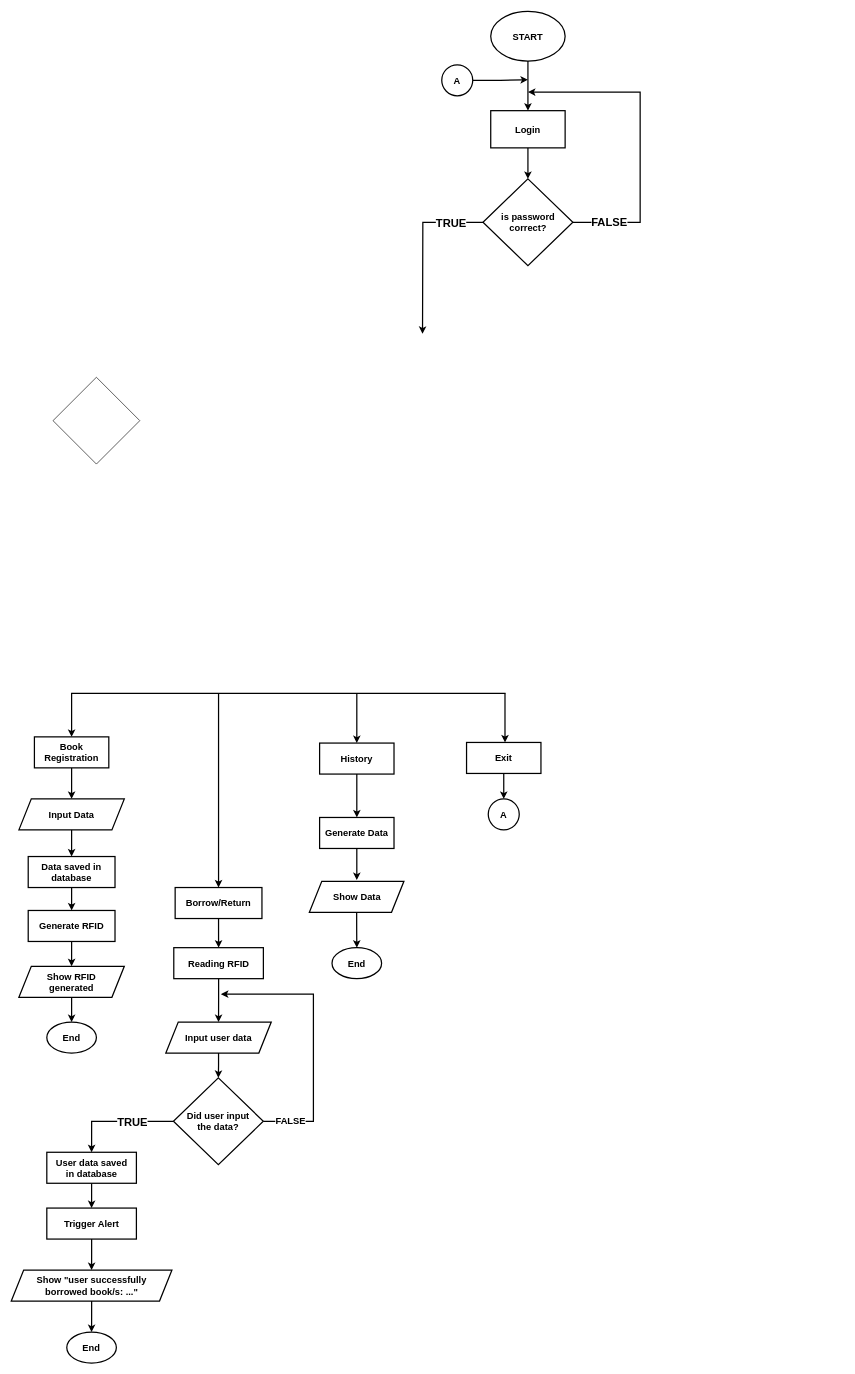
Above: Flowchart.drawio in DownMan01/assignment (draw.io), before the change. Source tidied: cells renumbered, new cells numbered last; positions are measured from the earlier drawing's top-left corner, leaving out a move shared by most shapes. Both pictures are drawn from the tidied source at 62%, with x=0, y=0 at pixel (11, 11).
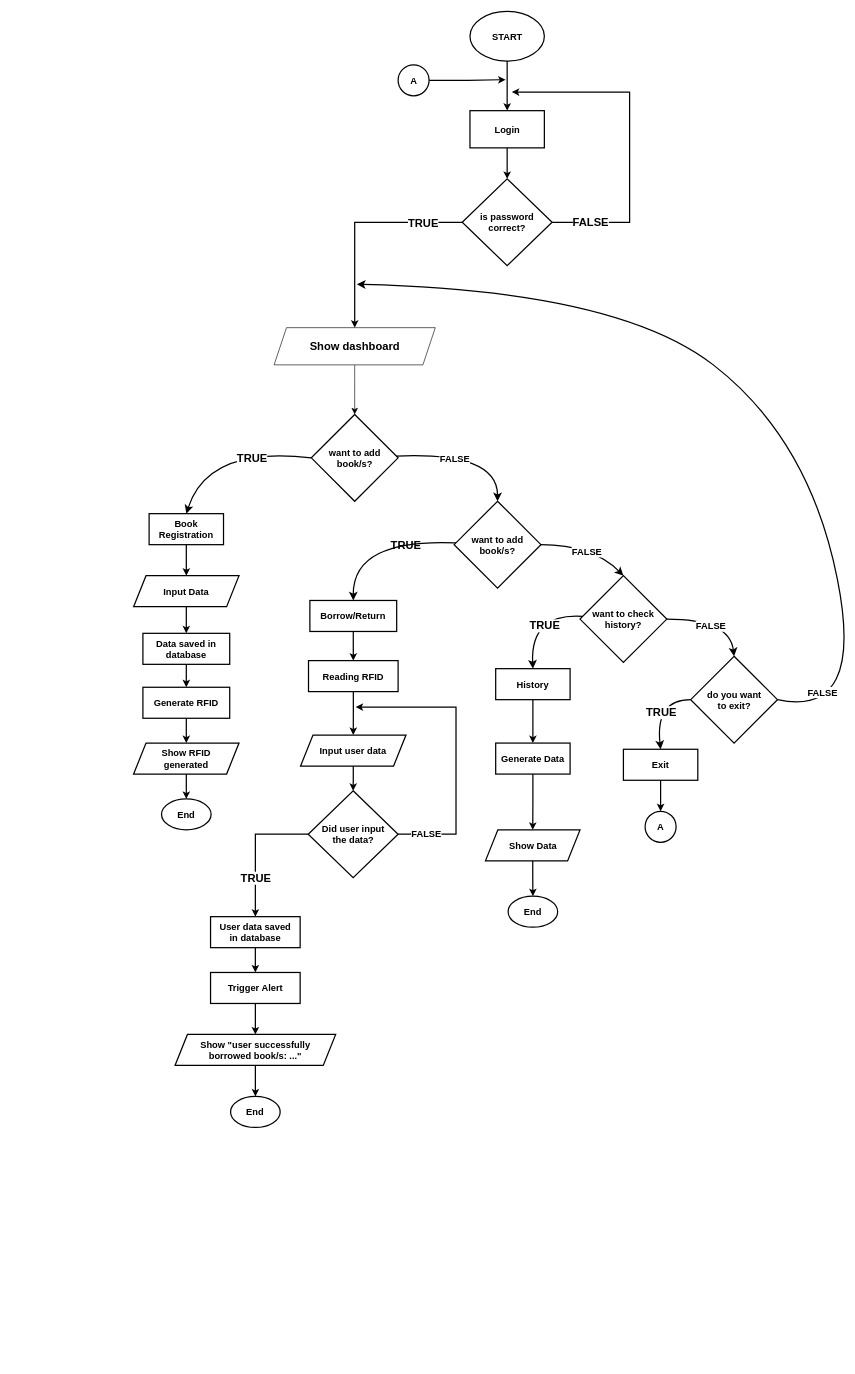
The same diagram, later.

Change to the diagram source:
```diff
@@
     <mxCell id="3" value="&lt;span style=&quot;font-size: 15px;&quot;&gt;&lt;font style=&quot;font-size: 15px;&quot;&gt;START&lt;/font&gt;&lt;/span&gt;" style="ellipse;whiteSpace=wrap;html=1;strokeWidth=2;fontSize=15;fontStyle=1;" parent="1" vertex="1">
-      <mxGeometry x="773" width="120" height="80" as="geometry" />
+      <mxGeometry x="739.5" width="120" height="80" as="geometry" />
     </mxCell>
@@
     <mxCell id="5" value="Input Data" style="shape=parallelogram;perimeter=parallelogramPerimeter;whiteSpace=wrap;html=1;fixedSize=1;strokeWidth=2;fontSize=15;fontStyle=1;" parent="1" vertex="1">
-      <mxGeometry x="12" y="1270" width="170" height="50" as="geometry" />
+      <mxGeometry x="197" y="910" width="170" height="50" as="geometry" />
     </mxCell>
@@
     <mxCell id="7" value="Login" style="rounded=0;whiteSpace=wrap;html=1;strokeWidth=2;fontSize=15;fontStyle=1;" parent="1" vertex="1">
-      <mxGeometry x="773" y="160" width="120" height="60" as="geometry" />
+      <mxGeometry x="739.5" y="160" width="120" height="60" as="geometry" />
     </mxCell>
     <mxCell id="8" style="edgeStyle=orthogonalEdgeStyle;rounded=0;jettySize=auto;html=1;exitX=1;exitY=0.5;exitDx=0;exitDy=0;strokeWidth=2;" parent="1" edge="1" source="12">
       <mxGeometry relative="1" as="geometry">
-        <mxPoint x="833" y="130" as="targetPoint" />
+        <mxPoint x="807" y="130" as="targetPoint" />
         <Array as="points">
-          <mxPoint x="1014" y="340" />
-          <mxPoint x="1014" y="130" />
-          <mxPoint x="943" y="130" />
+          <mxPoint x="997" y="340" />
+          <mxPoint x="997" y="130" />
         </Array>
       </mxGeometry>
     </mxCell>
@@
-    <mxCell id="10" style="edgeStyle=orthogonalEdgeStyle;rounded=0;jettySize=auto;html=1;strokeWidth=2;" parent="1" edge="1" source="12">
-      <mxGeometry relative="1" as="geometry">
-        <mxPoint x="663" y="520" as="targetPoint" />
-      </mxGeometry>
+    <mxCell id="10" style="edgeStyle=orthogonalEdgeStyle;rounded=0;jettySize=auto;html=1;strokeWidth=2;entryX=0.5;entryY=0;entryDx=0;entryDy=0;exitX=0;exitY=0.5;exitDx=0;exitDy=0;" parent="1" edge="1" source="12" target="61">
+      <mxGeometry relative="1" as="geometry" />
     </mxCell>
@@
     <mxCell id="12" value="is password correct?" style="rhombus;whiteSpace=wrap;html=1;strokeWidth=2;fontSize=15;fontStyle=1;" parent="1" vertex="1">
-      <mxGeometry x="760.5" y="270" width="145" height="140" as="geometry" />
+      <mxGeometry x="727" y="270" width="145" height="140" as="geometry" />
     </mxCell>
@@
     <mxCell id="14" value="Book Registration" style="rounded=0;whiteSpace=wrap;html=1;strokeWidth=2;fontSize=15;fontStyle=1;" parent="1" vertex="1">
-      <mxGeometry x="37" y="1170" width="120" height="50" as="geometry" />
+      <mxGeometry x="222" y="810" width="120" height="50" as="geometry" />
     </mxCell>
     <mxCell id="15" value="Borrow/Return" style="rounded=0;whiteSpace=wrap;html=1;strokeWidth=2;fontSize=15;fontStyle=1;" parent="1" vertex="1">
-      <mxGeometry x="264" y="1413" width="140" height="50" as="geometry" />
+      <mxGeometry x="481.3" y="950" width="140" height="50" as="geometry" />
     </mxCell>
@@
     <mxCell id="17" value="History" style="rounded=0;whiteSpace=wrap;html=1;strokeWidth=2;fontSize=15;fontStyle=1;" parent="1" vertex="1">
-      <mxGeometry x="497" y="1180" width="120" height="50" as="geometry" />
+      <mxGeometry x="781" y="1060" width="120" height="50" as="geometry" />
     </mxCell>
@@
     <mxCell id="19" value="Exit" style="rounded=0;whiteSpace=wrap;html=1;strokeWidth=2;fontSize=15;fontStyle=1;" parent="1" vertex="1">
-      <mxGeometry x="734" y="1179" width="120" height="50" as="geometry" />
+      <mxGeometry x="987" y="1190" width="120" height="50" as="geometry" />
     </mxCell>
-    <mxCell id="20" style="endArrow=none;html=1;rounded=0;strokeWidth=2;" parent="1" edge="1">
-      <mxGeometry relative="1" as="geometry">
-        <mxPoint x="97" y="1100" as="sourcePoint" />
-        <mxPoint x="797" y="1100" as="targetPoint" />
-      </mxGeometry>
-    </mxCell>
-    <mxCell id="21" style="endArrow=classic;html=1;rounded=0;strokeWidth=2;" parent="1" edge="1">
-      <mxGeometry relative="1" as="geometry">
-        <mxPoint x="97" y="1099" as="sourcePoint" />
-        <mxPoint x="97" y="1170" as="targetPoint" />
-      </mxGeometry>
-    </mxCell>
-    <mxCell id="22" style="endArrow=classic;html=1;rounded=0;entryX=0.5;entryY=0;entryDx=0;entryDy=0;strokeWidth=2;" parent="1" edge="1">
-      <mxGeometry relative="1" as="geometry">
-        <mxPoint x="796" y="1100" as="sourcePoint" />
-        <mxPoint x="796" y="1179" as="targetPoint" />
-      </mxGeometry>
-    </mxCell>
@@
     <mxCell id="24" value="&lt;font style=&quot;font-size: 15px;&quot;&gt;A&lt;/font&gt;" style="ellipse;whiteSpace=wrap;html=1;fontSize=15;fontStyle=1;strokeWidth=2;" parent="1" vertex="1">
-      <mxGeometry x="769" y="1270" width="50" height="50" as="geometry" />
+      <mxGeometry x="1022" y="1290" width="50" height="50" as="geometry" />
     </mxCell>
     <mxCell id="25" style="edgeStyle=orthogonalEdgeStyle;rounded=0;jettySize=auto;html=1;strokeWidth=2;" parent="1" edge="1" source="26">
       <mxGeometry relative="1" as="geometry">
-        <mxPoint x="833" y="110" as="targetPoint" />
+        <mxPoint x="797" y="110" as="targetPoint" />
       </mxGeometry>
     </mxCell>
     <mxCell id="26" value="&lt;font style=&quot;font-size: 15px;&quot;&gt;A&lt;/font&gt;" style="ellipse;whiteSpace=wrap;html=1;fontSize=15;fontStyle=1;strokeWidth=2;" parent="1" vertex="1">
-      <mxGeometry x="694" y="86" width="50" height="50" as="geometry" />
+      <mxGeometry x="623.6" y="86" width="50" height="50" as="geometry" />
     </mxCell>
-    <mxCell id="27" style="endArrow=classic;html=1;rounded=0;entryX=0.5;entryY=0;entryDx=0;entryDy=0;strokeWidth=2;" parent="1" edge="1" target="15">
-      <mxGeometry relative="1" as="geometry">
-        <mxPoint x="334" y="1100" as="sourcePoint" />
-      </mxGeometry>
-    </mxCell>
-    <mxCell id="28" style="endArrow=classic;html=1;rounded=0;entryX=0.5;entryY=0;entryDx=0;entryDy=0;strokeWidth=2;" parent="1" edge="1" target="17">
-      <mxGeometry relative="1" as="geometry">
-        <mxPoint x="557" y="1100" as="sourcePoint" />
-      </mxGeometry>
-    </mxCell>
-    <mxCell id="29" style="edgeStyle=orthogonalEdgeStyle;rounded=0;jettySize=auto;html=1;strokeWidth=2;" parent="1" edge="1" source="30">
-      <mxGeometry relative="1" as="geometry">
-        <mxPoint x="557" y="1401" as="targetPoint" />
-      </mxGeometry>
+    <mxCell id="29" style="edgeStyle=orthogonalEdgeStyle;rounded=0;jettySize=auto;html=1;strokeWidth=2;entryX=0.5;entryY=0;entryDx=0;entryDy=0;" parent="1" edge="1" source="30" target="33">
+      <mxGeometry relative="1" as="geometry" />
     </mxCell>
     <mxCell id="30" value="Generate Data" style="rounded=0;whiteSpace=wrap;html=1;strokeWidth=2;fontSize=15;fontStyle=1;" parent="1" vertex="1">
-      <mxGeometry x="497" y="1300" width="120" height="50" as="geometry" />
+      <mxGeometry x="781" y="1180" width="120" height="50" as="geometry" />
     </mxCell>
@@
     <mxCell id="32" value="&lt;span style=&quot;font-size: 15px;&quot;&gt;&lt;font style=&quot;font-size: 15px;&quot;&gt;End&lt;/font&gt;&lt;/span&gt;" style="ellipse;whiteSpace=wrap;html=1;strokeWidth=2;fontSize=15;fontStyle=1;" parent="1" vertex="1">
-      <mxGeometry x="517" y="1510" width="80" height="50" as="geometry" />
+      <mxGeometry x="801" y="1427" width="80" height="50" as="geometry" />
     </mxCell>
     <mxCell id="33" value="Show Data" style="shape=parallelogram;perimeter=parallelogramPerimeter;whiteSpace=wrap;html=1;fixedSize=1;strokeWidth=2;fontSize=15;fontStyle=1;" parent="1" vertex="1">
-      <mxGeometry x="480.5" y="1403" width="152.5" height="50" as="geometry" />
+      <mxGeometry x="764.5" y="1320" width="152.5" height="50" as="geometry" />
     </mxCell>
     <mxCell id="34" value="Data saved in database" style="rounded=0;whiteSpace=wrap;html=1;strokeWidth=2;fontSize=15;fontStyle=1;" parent="1" vertex="1">
-      <mxGeometry x="27" y="1363" width="140" height="50" as="geometry" />
+      <mxGeometry x="212" y="1003" width="140" height="50" as="geometry" />
     </mxCell>
@@
     <mxCell id="36" value="&lt;span style=&quot;font-size: 15px;&quot;&gt;&lt;font style=&quot;font-size: 15px;&quot;&gt;End&lt;/font&gt;&lt;/span&gt;" style="ellipse;whiteSpace=wrap;html=1;strokeWidth=2;fontSize=15;fontStyle=1;" parent="1" vertex="1">
-      <mxGeometry x="57" y="1630" width="80" height="50" as="geometry" />
+      <mxGeometry x="242" y="1270" width="80" height="50" as="geometry" />
     </mxCell>
@@
     <mxCell id="38" value="Reading RFID" style="rounded=0;whiteSpace=wrap;html=1;strokeWidth=2;fontSize=15;fontStyle=1;" parent="1" vertex="1">
-      <mxGeometry x="261.8" y="1510" width="144.5" height="50" as="geometry" />
+      <mxGeometry x="479.1" y="1047" width="144.5" height="50" as="geometry" />
     </mxCell>
@@
     <mxCell id="40" value="Generate RFID" style="rounded=0;whiteSpace=wrap;html=1;strokeWidth=2;fontSize=15;fontStyle=1;" parent="1" vertex="1">
-      <mxGeometry x="27" y="1450" width="140" height="50" as="geometry" />
+      <mxGeometry x="212" y="1090" width="140" height="50" as="geometry" />
     </mxCell>
@@
     <mxCell id="42" value="Show RFID&lt;div&gt;generated&lt;/div&gt;" style="shape=parallelogram;perimeter=parallelogramPerimeter;whiteSpace=wrap;html=1;fixedSize=1;strokeWidth=2;fontSize=15;fontStyle=1;" parent="1" vertex="1">
-      <mxGeometry x="12" y="1540" width="170" height="50" as="geometry" />
+      <mxGeometry x="197" y="1180" width="170" height="50" as="geometry" />
     </mxCell>
@@
     <mxCell id="44" value="Input user data" style="shape=parallelogram;perimeter=parallelogramPerimeter;whiteSpace=wrap;html=1;fixedSize=1;strokeWidth=2;fontSize=15;fontStyle=1;" parent="1" vertex="1">
-      <mxGeometry x="249" y="1630" width="170" height="50" as="geometry" />
+      <mxGeometry x="466.3" y="1167" width="170" height="50" as="geometry" />
     </mxCell>
@@
     <mxCell id="46" value="User data saved&lt;div&gt;in database&lt;/div&gt;" style="rounded=0;whiteSpace=wrap;html=1;strokeWidth=2;fontSize=15;fontStyle=1;" parent="1" vertex="1">
-      <mxGeometry x="57" y="1840" width="144.5" height="50" as="geometry" />
+      <mxGeometry x="321.1" y="1460" width="144.5" height="50" as="geometry" />
     </mxCell>
-    <mxCell id="47" style="edgeStyle=orthogonalEdgeStyle;rounded=0;jettySize=auto;html=1;entryX=0.5;entryY=0;entryDx=0;entryDy=0;strokeWidth=2;" parent="1" edge="1" source="51" target="46">
+    <mxCell id="47" style="edgeStyle=orthogonalEdgeStyle;rounded=0;jettySize=auto;html=1;entryX=0.5;entryY=0;entryDx=0;entryDy=0;strokeWidth=2;exitX=0;exitY=0.5;exitDx=0;exitDy=0;" parent="1" edge="1" source="51" target="46">
       <mxGeometry relative="1" as="geometry" />
     </mxCell>
     <mxCell id="48" value="&lt;span style=&quot;font-size: 18px;&quot;&gt;&lt;b&gt;TRUE&lt;/b&gt;&lt;/span&gt;" style="edgeLabel;html=1;align=center;verticalAlign=middle;" parent="47" vertex="1">
       <mxGeometry x="-0.42" y="1" relative="1" as="geometry">
-        <mxPoint x="-14" as="offset" />
+        <mxPoint x="220" y="-468" as="offset" />
       </mxGeometry>
     </mxCell>
     <mxCell id="49" style="edgeStyle=orthogonalEdgeStyle;rounded=0;jettySize=auto;html=1;exitX=1;exitY=0.5;exitDx=0;exitDy=0;strokeWidth=2;" parent="1" edge="1" source="51">
       <mxGeometry relative="1" as="geometry">
-        <mxPoint x="337.8" y="1585" as="targetPoint" />
+        <mxPoint x="555.1" y="1122" as="targetPoint" />
         <Array as="points">
-          <mxPoint x="487" y="1790" />
-          <mxPoint x="487" y="1585" />
+          <mxPoint x="717" y="1327" />
+          <mxPoint x="717" y="1122" />
         </Array>
       </mxGeometry>
     </mxCell>
@@
     <mxCell id="51" value="Did user input&lt;div&gt;the data?&lt;/div&gt;" style="rhombus;whiteSpace=wrap;html=1;strokeWidth=2;fontSize=15;fontStyle=1;" parent="1" vertex="1">
-      <mxGeometry x="261.2" y="1720" width="145" height="140" as="geometry" />
+      <mxGeometry x="478.6" y="1257" width="145" height="140" as="geometry" />
     </mxCell>
@@
     <mxCell id="53" value="Trigger Alert" style="rounded=0;whiteSpace=wrap;html=1;strokeWidth=2;fontSize=15;fontStyle=1;" parent="1" vertex="1">
-      <mxGeometry x="57" y="1930" width="144.5" height="50" as="geometry" />
+      <mxGeometry x="321.1" y="1550" width="144.5" height="50" as="geometry" />
     </mxCell>
@@
     <mxCell id="55" value="Show &quot;user&amp;nbsp;successfully&lt;div&gt;borrowed book/s: ...&quot;&lt;/div&gt;" style="shape=parallelogram;perimeter=parallelogramPerimeter;whiteSpace=wrap;html=1;fixedSize=1;strokeWidth=2;fontSize=15;fontStyle=1;" parent="1" vertex="1">
-      <mxGeometry x="-0.3" y="2030" width="259.1" height="50" as="geometry" />
+      <mxGeometry x="263.8" y="1650" width="259.1" height="50" as="geometry" />
     </mxCell>
     <mxCell id="56" value="&lt;span style=&quot;font-size: 15px;&quot;&gt;&lt;font style=&quot;font-size: 15px;&quot;&gt;End&lt;/font&gt;&lt;/span&gt;" style="ellipse;whiteSpace=wrap;html=1;strokeWidth=2;fontSize=15;fontStyle=1;" parent="1" vertex="1">
-      <mxGeometry x="89.2" y="2130" width="80" height="50" as="geometry" />
+      <mxGeometry x="353.4" y="1750" width="80" height="50" as="geometry" />
     </mxCell>
+    <mxCell id="58" style="edgeStyle=none;curved=1;rounded=0;jettySize=auto;html=1;entryX=0.5;entryY=0;entryDx=0;entryDy=0;fontSize=12;startSize=8;endSize=8;strokeWidth=2;" parent="1" edge="1" source="57" target="64">
+      <mxGeometry relative="1" as="geometry">
+        <Array as="points">
+          <mxPoint x="784" y="710" />
+        </Array>
+      </mxGeometry>
+    </mxCell>
+    <mxCell id="59" style="edgeStyle=none;curved=1;rounded=0;jettySize=auto;html=1;entryX=0.5;entryY=0;entryDx=0;entryDy=0;fontSize=12;startSize=8;endSize=8;strokeWidth=2;exitX=0;exitY=0.5;exitDx=0;exitDy=0;" parent="1" edge="1" source="57" target="14">
+      <mxGeometry relative="1" as="geometry">
+        <Array as="points">
+          <mxPoint x="317" y="700" />
+        </Array>
+      </mxGeometry>
+    </mxCell>
-    <mxCell id="57" style="rhombus;whiteSpace=wrap;html=1;" parent="1" vertex="1">
-      <mxGeometry x="67" y="590" width="140" height="140" as="geometry" />
+    <mxCell id="57" value="want to add&lt;div style=&quot;font-size: 15px;&quot;&gt;book/s?&lt;/div&gt;" style="rhombus;whiteSpace=wrap;html=1;strokeWidth=2;fontSize=15;fontStyle=1;" parent="1" vertex="1">
+      <mxGeometry x="483.6" y="650" width="140" height="140" as="geometry" />
     </mxCell>
+    <mxCell id="60" style="edgeStyle=none;curved=1;rounded=0;jettySize=auto;html=1;entryX=0.5;entryY=0;entryDx=0;entryDy=0;fontSize=12;startSize=8;endSize=8;" parent="1" edge="1" source="61" target="57">
+      <mxGeometry relative="1" as="geometry" />
+    </mxCell>
+    <mxCell id="61" value="Show dashboard" style="shape=parallelogram;perimeter=parallelogramPerimeter;whiteSpace=wrap;html=1;fixedSize=1;fontSize=18;fontStyle=1;" parent="1" vertex="1">
+      <mxGeometry x="423.6" y="510" width="260" height="60" as="geometry" />
+    </mxCell>
+    <mxCell id="62" style="edgeStyle=none;curved=1;rounded=0;jettySize=auto;html=1;entryX=0.5;entryY=0;entryDx=0;entryDy=0;fontSize=12;startSize=8;endSize=8;strokeWidth=2;" parent="1" edge="1" source="64" target="67">
+      <mxGeometry relative="1" as="geometry">
+        <Array as="points">
+          <mxPoint x="937" y="860" />
+        </Array>
+      </mxGeometry>
+    </mxCell>
+    <mxCell id="63" style="edgeStyle=none;curved=1;rounded=0;jettySize=auto;html=1;entryX=0.5;entryY=0;entryDx=0;entryDy=0;fontSize=12;startSize=8;endSize=8;strokeWidth=2;" parent="1" edge="1" source="64" target="15">
+      <mxGeometry relative="1" as="geometry">
+        <Array as="points">
+          <mxPoint x="551" y="850" />
+        </Array>
+      </mxGeometry>
+    </mxCell>
+    <mxCell id="64" value="want to add&lt;div style=&quot;font-size: 15px;&quot;&gt;book/s?&lt;/div&gt;" style="rhombus;whiteSpace=wrap;html=1;strokeWidth=2;fontSize=15;fontStyle=1;" parent="1" vertex="1">
+      <mxGeometry x="714" y="790" width="140" height="140" as="geometry" />
+    </mxCell>
+    <mxCell id="65" style="edgeStyle=none;curved=1;rounded=0;jettySize=auto;html=1;entryX=0.5;entryY=0;entryDx=0;entryDy=0;fontSize=12;startSize=8;endSize=8;strokeWidth=2;exitX=1;exitY=0.5;exitDx=0;exitDy=0;" parent="1" edge="1" source="67" target="70">
+      <mxGeometry relative="1" as="geometry">
+        <Array as="points">
+          <mxPoint x="1158.5" y="980" />
+        </Array>
+      </mxGeometry>
+    </mxCell>
+    <mxCell id="66" style="edgeStyle=none;curved=1;rounded=0;jettySize=auto;html=1;entryX=0.5;entryY=0;entryDx=0;entryDy=0;fontSize=12;startSize=8;endSize=8;strokeWidth=2;" parent="1" edge="1" source="67" target="17">
+      <mxGeometry relative="1" as="geometry">
+        <Array as="points">
+          <mxPoint x="837" y="970" />
+        </Array>
+      </mxGeometry>
+    </mxCell>
+    <mxCell id="67" value="want to check&lt;div style=&quot;font-size: 15px;&quot;&gt;history?&lt;/div&gt;" style="rhombus;whiteSpace=wrap;html=1;strokeWidth=2;fontSize=15;fontStyle=1;" parent="1" vertex="1">
+      <mxGeometry x="917" y="910" width="140" height="140" as="geometry" />
+    </mxCell>
+    <mxCell id="68" style="edgeStyle=none;curved=1;rounded=0;jettySize=auto;html=1;entryX=0.5;entryY=0;entryDx=0;entryDy=0;fontSize=12;startSize=8;endSize=8;strokeWidth=2;" parent="1" edge="1" source="70" target="19">
+      <mxGeometry relative="1" as="geometry">
+        <Array as="points">
+          <mxPoint x="1038.5" y="1110" />
+        </Array>
+      </mxGeometry>
+    </mxCell>
+    <mxCell id="69" style="edgeStyle=none;curved=1;rounded=0;jettySize=auto;html=1;fontSize=12;startSize=8;endSize=8;exitX=1;exitY=0.5;exitDx=0;exitDy=0;strokeWidth=2;" parent="1" edge="1" source="70">
+      <mxGeometry relative="1" as="geometry">
+        <mxPoint x="557" y="440" as="targetPoint" />
+        <Array as="points">
+          <mxPoint x="1377" y="1140" />
+          <mxPoint x="1287" y="690" />
+          <mxPoint x="977" y="450" />
+        </Array>
+      </mxGeometry>
+    </mxCell>
+    <mxCell id="70" value="do you want&lt;div style=&quot;font-size: 15px;&quot;&gt;to exit?&lt;/div&gt;" style="rhombus;whiteSpace=wrap;html=1;strokeWidth=2;fontSize=15;fontStyle=1;" parent="1" vertex="1">
+      <mxGeometry x="1095.5" y="1040" width="140" height="140" as="geometry" />
+    </mxCell>
+    <mxCell id="71" value="&lt;font style=&quot;font-size: 15px;&quot;&gt;FALSE&lt;/font&gt;" style="edgeLabel;html=1;align=center;verticalAlign=middle;fontStyle=1;" parent="1" vertex="1">
+      <mxGeometry x="927" y="870" as="geometry" />
+    </mxCell>
+    <mxCell id="72" value="&lt;font style=&quot;font-size: 15px;&quot;&gt;FALSE&lt;/font&gt;" style="edgeLabel;html=1;align=center;verticalAlign=middle;fontStyle=1;" parent="1" vertex="1">
+      <mxGeometry x="1127" y="990" as="geometry" />
+    </mxCell>
+    <mxCell id="73" value="&lt;font style=&quot;font-size: 15px;&quot;&gt;FALSE&lt;/font&gt;" style="edgeLabel;html=1;align=center;verticalAlign=middle;fontStyle=1;" parent="1" vertex="1">
+      <mxGeometry x="1307" y="1097" as="geometry" />
+    </mxCell>
+    <mxCell id="74" value="&lt;font style=&quot;font-size: 15px;&quot;&gt;FALSE&lt;/font&gt;" style="edgeLabel;html=1;align=center;verticalAlign=middle;fontStyle=1;" parent="1" vertex="1">
+      <mxGeometry x="714" y="720" as="geometry" />
+    </mxCell>
+    <mxCell id="75" value="&lt;span style=&quot;font-size: 18px;&quot;&gt;&lt;b&gt;TRUE&lt;/b&gt;&lt;/span&gt;" style="edgeLabel;html=1;align=center;verticalAlign=middle;" parent="1" vertex="1">
+      <mxGeometry x="387" y="720" as="geometry" />
+    </mxCell>
+    <mxCell id="76" value="&lt;span style=&quot;font-size: 18px;&quot;&gt;&lt;b&gt;TRUE&lt;/b&gt;&lt;/span&gt;" style="edgeLabel;html=1;align=center;verticalAlign=middle;" parent="1" vertex="1">
+      <mxGeometry x="393.4" y="1397" as="geometry" />
+    </mxCell>
+    <mxCell id="77" value="&lt;span style=&quot;font-size: 18px;&quot;&gt;&lt;b&gt;TRUE&lt;/b&gt;&lt;/span&gt;" style="edgeLabel;html=1;align=center;verticalAlign=middle;" parent="1" vertex="1">
+      <mxGeometry x="859.5" y="990" as="geometry" />
+    </mxCell>
+    <mxCell id="78" value="&lt;span style=&quot;font-size: 18px;&quot;&gt;&lt;b&gt;TRUE&lt;/b&gt;&lt;/span&gt;" style="edgeLabel;html=1;align=center;verticalAlign=middle;" parent="1" vertex="1">
+      <mxGeometry x="1047" y="1130" as="geometry" />
+    </mxCell>
```
